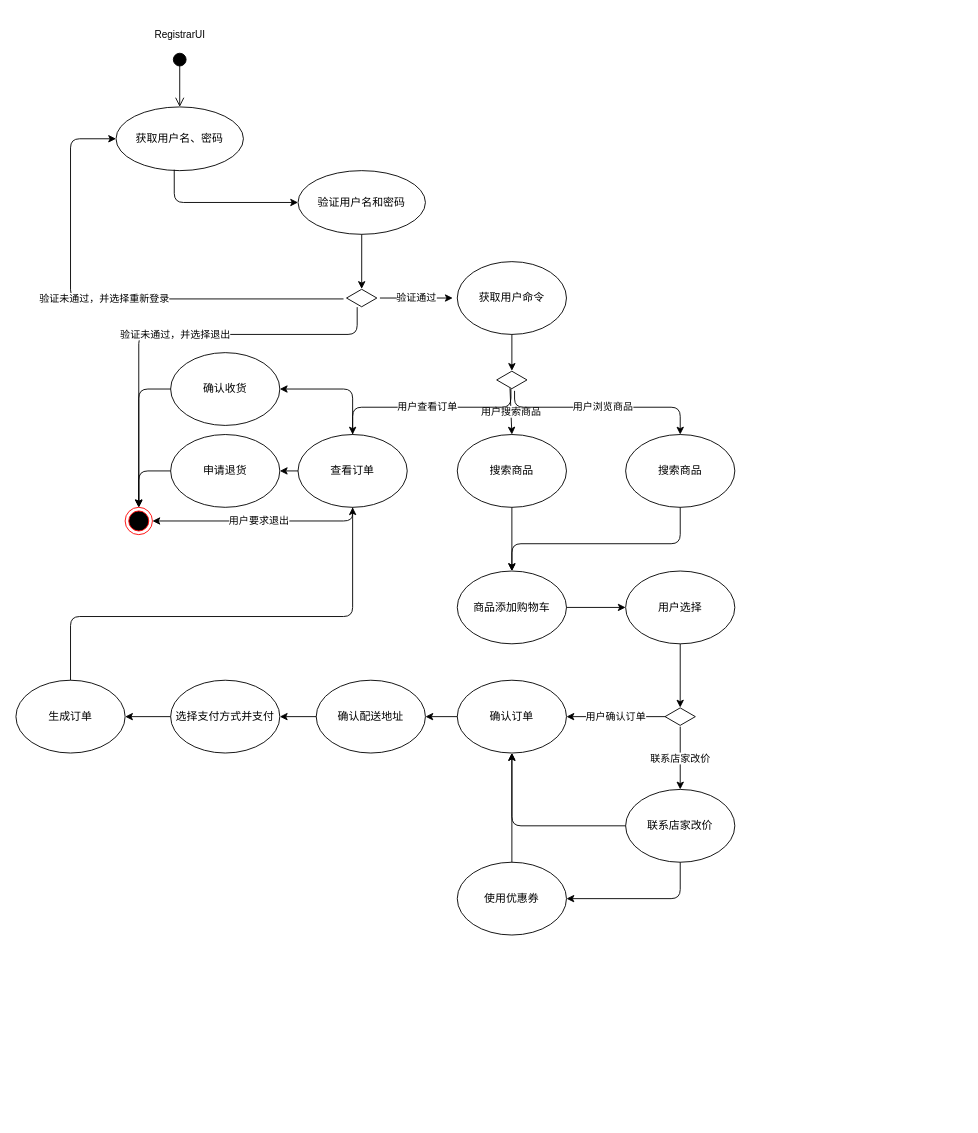
RogerQianPeng/Roger-s keeps this draw.io diagram as UMLAactive.drawio. Above is the earlier version. Source tidied: cells renumbered, new cells numbered last; positions are measured from the earlier drawing's top-left corner, leaving out a move shared by most shapes. Both pictures are drawn from the tidied source at 91%, with x=0, y=0 at pixel (15, 52).
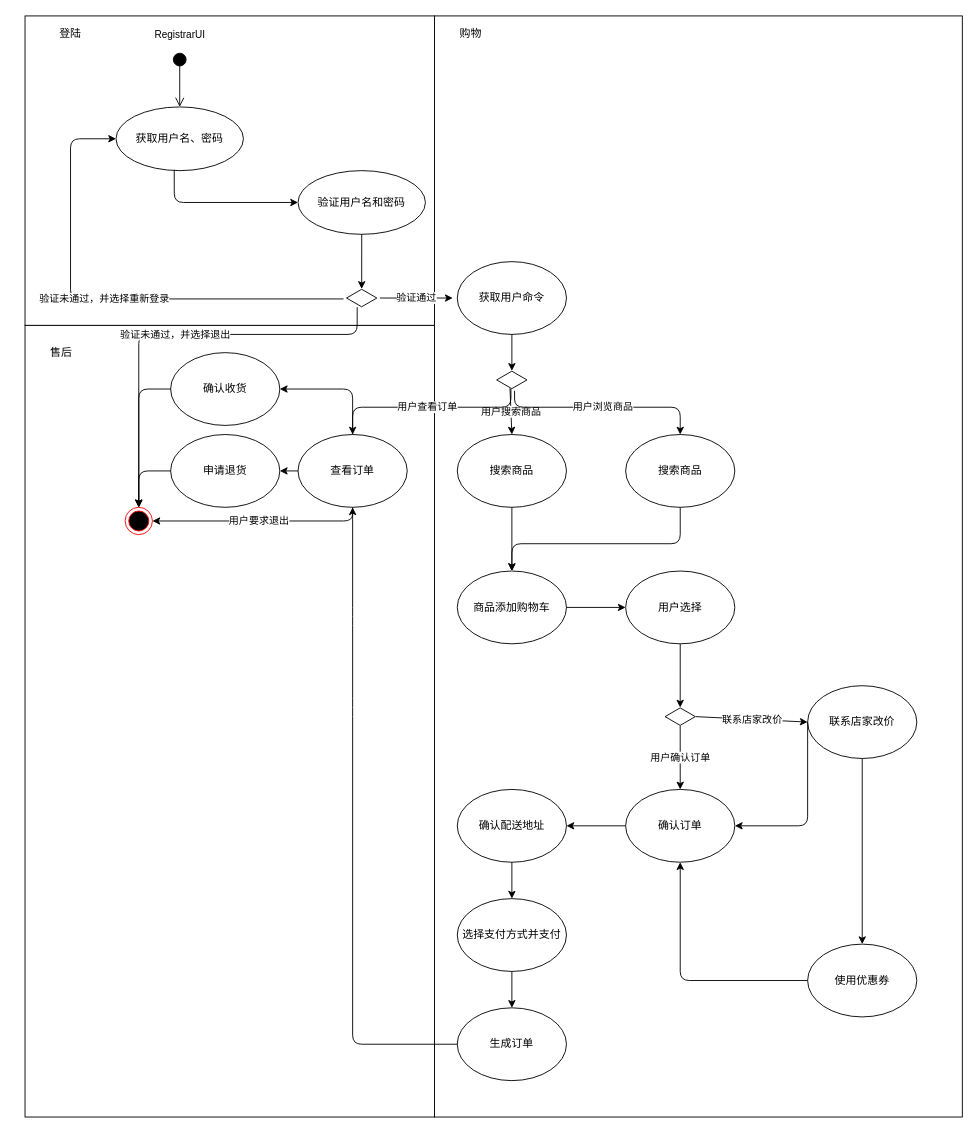
The same diagram, later.

The change refers to these unchanged cells:
```xml
<mxCell id="18" value="查看订单" style="ellipse;whiteSpace=wrap;html=1;" parent="1" vertex="1">
  <mxGeometry x="310" y="420" width="120" height="80" as="geometry" />
</mxCell>
<mxCell id="35" style="html=1;whiteSpace=wrap;shape=isoRectangle;" parent="1" vertex="1">
  <mxGeometry x="713.3" y="720" width="33.3" height="20" as="geometry" />
</mxCell>
```

The edit, as a diff of the source:
```diff
@@
+    <mxCell id="50" style="rounded=0;whiteSpace=wrap;html=1;fontStyle=1;" parent="1" vertex="1">
+      <mxGeometry x="10" y="300" width="450" height="870" as="geometry" />
+    </mxCell>
+    <mxCell id="51" style="rounded=0;whiteSpace=wrap;html=1;fontStyle=1;" parent="1" vertex="1">
+      <mxGeometry x="460" y="-40" width="580" height="1210" as="geometry" />
+    </mxCell>
+    <mxCell id="52" style="rounded=0;whiteSpace=wrap;html=1;fontStyle=1;" parent="1" vertex="1">
+      <mxGeometry x="10" y="-40" width="450" height="340" as="geometry" />
+    </mxCell>
@@
     <mxCell id="25" value="确认订单" style="ellipse;whiteSpace=wrap;html=1;" parent="1" vertex="1">
-      <mxGeometry x="485" y="690" width="120" height="80" as="geometry" />
+      <mxGeometry x="670" y="810" width="120" height="80" as="geometry" />
     </mxCell>
     <mxCell id="26" value="选择支付方式并支付" style="ellipse;whiteSpace=wrap;html=1;" parent="1" vertex="1">
-      <mxGeometry x="170" y="690" width="120" height="80" as="geometry" />
+      <mxGeometry x="485" y="930" width="120" height="80" as="geometry" />
     </mxCell>
     <mxCell id="27" value="生成订单" style="ellipse;whiteSpace=wrap;html=1;" parent="1" vertex="1">
-      <mxGeometry y="690" width="120" height="80" as="geometry" />
+      <mxGeometry x="485" y="1050" width="120" height="80" as="geometry" />
     </mxCell>
@@
-    <mxCell id="30" style="endArrow=classic;html=1;exitX=0;exitY=0.5;exitDx=0;exitDy=0;entryX=1;entryY=0.5;entryDx=0;entryDy=0;" parent="1" edge="1" source="26" target="27">
+    <mxCell id="30" style="endArrow=classic;html=1;exitX=0.5;exitY=1;exitDx=0;exitDy=0;entryX=0.5;entryY=0;entryDx=0;entryDy=0;" parent="1" edge="1" source="26" target="27">
       <mxGeometry relative="1" as="geometry" />
     </mxCell>
-    <mxCell id="31" style="endArrow=classic;html=1;exitX=0.5;exitY=0;exitDx=0;exitDy=0;entryX=0.5;entryY=1;entryDx=0;entryDy=0;" parent="1" edge="1" source="27" target="18">
+    <mxCell id="31" style="endArrow=classic;html=1;exitX=0;exitY=0.5;exitDx=0;exitDy=0;entryX=0.5;entryY=1;entryDx=0;entryDy=0;" parent="1" edge="1" source="27" target="18">
       <mxGeometry relative="1" as="geometry">
         <Array as="points">
-          <mxPoint x="60" y="620" />
+          <mxPoint x="370" y="1090" />
+          <mxPoint x="370" y="720" />
           <mxPoint x="370" y="620" />
         </Array>
       </mxGeometry>
     </mxCell>
     <mxCell id="32" value="确认配送地址" style="ellipse;whiteSpace=wrap;html=1;" parent="1" vertex="1">
-      <mxGeometry x="330" y="690" width="120" height="80" as="geometry" />
+      <mxGeometry x="485" y="810" width="120" height="80" as="geometry" />
     </mxCell>
-    <mxCell id="33" style="endArrow=classic;html=1;entryX=1;entryY=0.5;entryDx=0;entryDy=0;exitX=0;exitY=0.5;exitDx=0;exitDy=0;" parent="1" edge="1" source="32" target="26">
+    <mxCell id="33" style="endArrow=classic;html=1;entryX=0.5;entryY=0;entryDx=0;entryDy=0;exitX=0.5;exitY=1;exitDx=0;exitDy=0;" parent="1" edge="1" source="32" target="26">
       <mxGeometry relative="1" as="geometry" />
     </mxCell>
@@
-    <mxCell id="37" value="用户确认订单" style="endArrow=classic;html=1;entryX=1;entryY=0.5;entryDx=0;entryDy=0;" parent="1" edge="1" source="35" target="25">
+    <mxCell id="37" value="用户确认订单" style="endArrow=classic;html=1;entryX=0.5;entryY=0;entryDx=0;entryDy=0;" parent="1" edge="1" source="35" target="25">
       <mxGeometry relative="1" as="geometry" />
     </mxCell>
     <mxCell id="38" value="联系店家改价" style="ellipse;whiteSpace=wrap;html=1;" parent="1" vertex="1">
-      <mxGeometry x="670" y="810" width="120" height="80" as="geometry" />
+      <mxGeometry x="870" y="696" width="120" height="80" as="geometry" />
     </mxCell>
-    <mxCell id="39" value="联系店家改价" style="endArrow=classic;html=1;entryX=0.5;entryY=0;entryDx=0;entryDy=0;" parent="1" edge="1" target="38">
-      <mxGeometry relative="1" as="geometry">
-        <mxPoint x="730" y="741" as="sourcePoint" />
-      </mxGeometry>
+    <mxCell id="39" value="联系店家改价" style="endArrow=classic;html=1;entryX=0;entryY=0.5;entryDx=0;entryDy=0;exitX=1.014;exitY=0.5;exitDx=0;exitDy=0;exitPerimeter=0;" parent="1" edge="1" source="35" target="38">
+      <mxGeometry relative="1" as="geometry" />
     </mxCell>
-    <mxCell id="40" style="endArrow=classic;html=1;exitX=0;exitY=0.5;exitDx=0;exitDy=0;entryX=0.5;entryY=1;entryDx=0;entryDy=0;" parent="1" edge="1" source="38" target="25">
+    <mxCell id="40" style="endArrow=classic;html=1;exitX=0;exitY=0.5;exitDx=0;exitDy=0;entryX=1;entryY=0.5;entryDx=0;entryDy=0;" parent="1" edge="1" source="38" target="25">
       <mxGeometry relative="1" as="geometry">
         <Array as="points">
-          <mxPoint x="545" y="850" />
+          <mxPoint x="870" y="850" />
         </Array>
       </mxGeometry>
     </mxCell>
     <mxCell id="41" value="使用优惠券" style="ellipse;whiteSpace=wrap;html=1;" parent="1" vertex="1">
-      <mxGeometry x="485" y="890" width="120" height="80" as="geometry" />
+      <mxGeometry x="870" y="980" width="120" height="80" as="geometry" />
     </mxCell>
-    <mxCell id="42" style="endArrow=classic;html=1;exitX=0.5;exitY=1;exitDx=0;exitDy=0;entryX=1;entryY=0.5;entryDx=0;entryDy=0;" parent="1" edge="1" source="38" target="41">
-      <mxGeometry relative="1" as="geometry">
-        <Array as="points">
-          <mxPoint x="730" y="930" />
-        </Array>
-      </mxGeometry>
+    <mxCell id="42" style="endArrow=classic;html=1;exitX=0.5;exitY=1;exitDx=0;exitDy=0;entryX=0.5;entryY=0;entryDx=0;entryDy=0;" parent="1" edge="1" source="38" target="41">
+      <mxGeometry relative="1" as="geometry" />
     </mxCell>
-    <mxCell id="43" style="endArrow=classic;html=1;entryX=0.5;entryY=1;entryDx=0;entryDy=0;exitX=0.5;exitY=0;exitDx=0;exitDy=0;" parent="1" edge="1" source="41" target="25">
-      <mxGeometry relative="1" as="geometry" />
+    <mxCell id="43" style="endArrow=classic;html=1;entryX=0.5;entryY=1;entryDx=0;entryDy=0;exitX=0;exitY=0.5;exitDx=0;exitDy=0;" parent="1" edge="1" source="41" target="25">
+      <mxGeometry relative="1" as="geometry">
+        <Array as="points">
+          <mxPoint x="730" y="1020" />
+        </Array>
+      </mxGeometry>
     </mxCell>
@@
+    <mxCell id="53" value="登陆" style="text;html=1;strokeColor=none;fillColor=none;align=center;verticalAlign=middle;whiteSpace=wrap;rounded=0;" parent="1" vertex="1">
+      <mxGeometry x="40" y="-30" width="40" height="20" as="geometry" />
+    </mxCell>
+    <mxCell id="54" value="购物" style="text;html=1;strokeColor=none;fillColor=none;align=center;verticalAlign=middle;whiteSpace=wrap;rounded=0;" parent="1" vertex="1">
+      <mxGeometry x="480" y="-30" width="40" height="20" as="geometry" />
+    </mxCell>
+    <mxCell id="55" value="售后" style="text;html=1;strokeColor=none;fillColor=none;align=center;verticalAlign=middle;whiteSpace=wrap;rounded=0;" parent="1" vertex="1">
+      <mxGeometry x="30" y="320" width="40" height="20" as="geometry" />
+    </mxCell>
```
